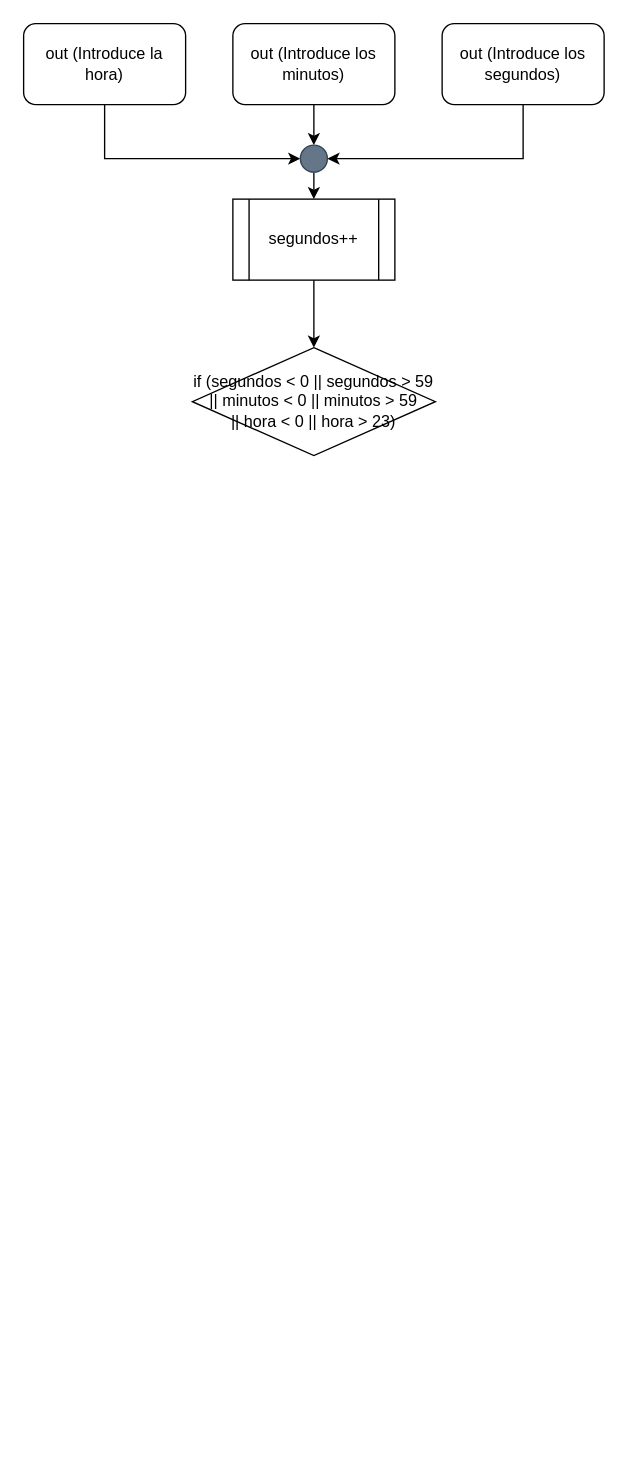
Above: page "Ejercicio 7" (7 of 8) of Diagramas.drawio in antonionavarro04/EjerciciosT2-AntonioNavarro (draw.io), before the change. Source tidied: cells renumbered, new cells numbered last; positions are measured from the earlier drawing's top-left corner, leaving out a move shared by most shapes. Both pictures are drawn from the tidied source at 135%, with x=0, y=0 at pixel (23, 23).
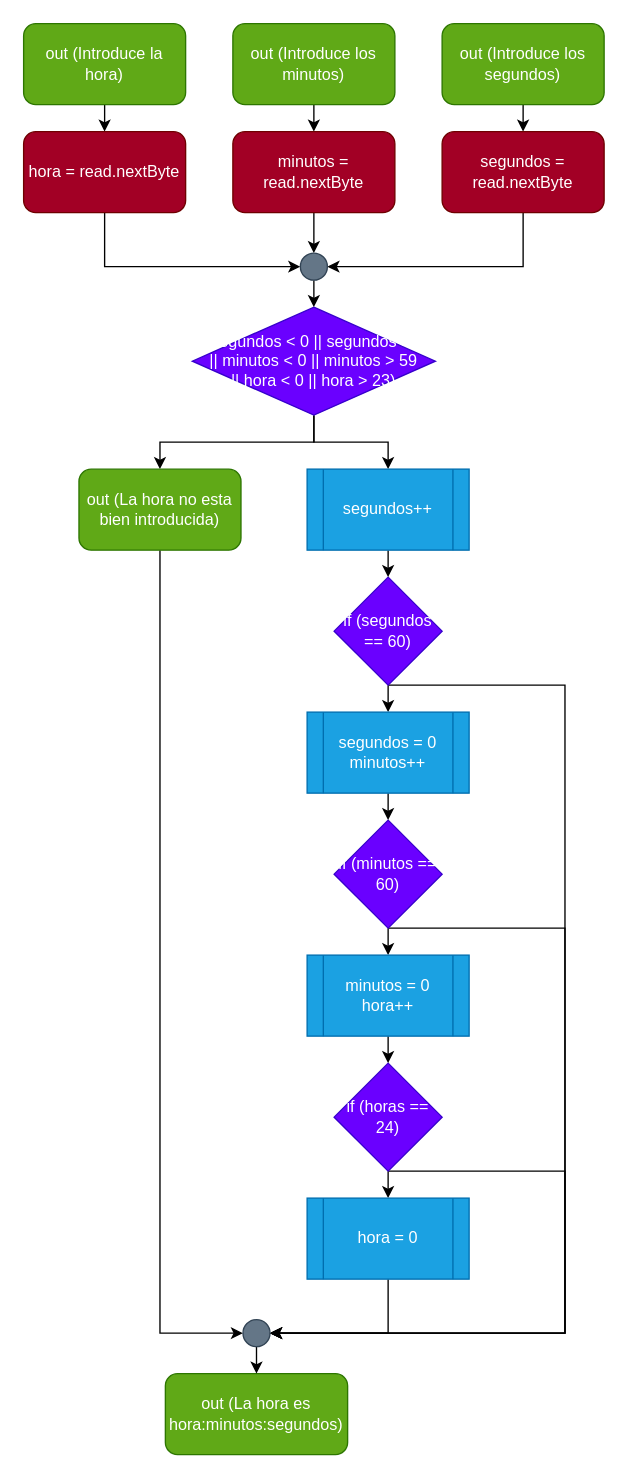
The same diagram, later.

What changed in the source:
```diff
@@
-    <mxCell id="2" style="edgeStyle=orthogonalEdgeStyle;rounded=0;jettySize=auto;html=1;exitX=0.5;exitY=1;exitDx=0;exitDy=0;entryX=0;entryY=0.5;entryDx=0;entryDy=0;" parent="1" edge="1" source="3" target="9">
-      <mxGeometry relative="1" as="geometry" />
-    </mxCell>
+    <mxCell id="13" style="edgeStyle=orthogonalEdgeStyle;rounded=0;jettySize=auto;html=1;exitX=0.5;exitY=1;exitDx=0;exitDy=0;entryX=0.5;entryY=0;entryDx=0;entryDy=0;" parent="1" edge="1" source="3" target="40">
+      <mxGeometry relative="1" as="geometry" />
+    </mxCell>
-    <mxCell id="3" value="out (Introduce la hora)" style="rounded=1;whiteSpace=wrap;html=1;" parent="1" vertex="1">
+    <mxCell id="3" value="out (Introduce la hora)" style="rounded=1;whiteSpace=wrap;html=1;fillColor=#60a917;fontColor=#ffffff;strokeColor=#2D7600;" parent="1" vertex="1">
       <mxGeometry width="120" height="60" as="geometry" />
     </mxCell>
-    <mxCell id="4" style="edgeStyle=orthogonalEdgeStyle;rounded=0;jettySize=auto;html=1;exitX=0.5;exitY=1;exitDx=0;exitDy=0;entryX=0.5;entryY=0;entryDx=0;entryDy=0;" parent="1" edge="1" source="5" target="9">
-      <mxGeometry relative="1" as="geometry" />
-    </mxCell>
+    <mxCell id="14" style="edgeStyle=orthogonalEdgeStyle;rounded=0;jettySize=auto;html=1;exitX=0.5;exitY=1;exitDx=0;exitDy=0;entryX=0.5;entryY=0;entryDx=0;entryDy=0;" parent="1" edge="1" source="5" target="42">
+      <mxGeometry relative="1" as="geometry" />
+    </mxCell>
-    <mxCell id="5" value="out (Introduce los minutos)" style="rounded=1;whiteSpace=wrap;html=1;" parent="1" vertex="1">
+    <mxCell id="5" value="out (Introduce los minutos)" style="rounded=1;whiteSpace=wrap;html=1;fillColor=#60a917;fontColor=#ffffff;strokeColor=#2D7600;" parent="1" vertex="1">
       <mxGeometry x="155" width="120" height="60" as="geometry" />
     </mxCell>
-    <mxCell id="6" style="edgeStyle=orthogonalEdgeStyle;rounded=0;jettySize=auto;html=1;exitX=0.5;exitY=1;exitDx=0;exitDy=0;entryX=1;entryY=0.5;entryDx=0;entryDy=0;" parent="1" edge="1" source="7" target="9">
-      <mxGeometry relative="1" as="geometry" />
-    </mxCell>
+    <mxCell id="15" style="edgeStyle=orthogonalEdgeStyle;rounded=0;jettySize=auto;html=1;exitX=0.5;exitY=1;exitDx=0;exitDy=0;entryX=0.5;entryY=0;entryDx=0;entryDy=0;" parent="1" edge="1" source="7" target="44">
+      <mxGeometry relative="1" as="geometry" />
+    </mxCell>
-    <mxCell id="7" value="out (Introduce los segundos)" style="rounded=1;whiteSpace=wrap;html=1;" parent="1" vertex="1">
+    <mxCell id="7" value="out (Introduce los segundos)" style="rounded=1;whiteSpace=wrap;html=1;fillColor=#60a917;fontColor=#ffffff;strokeColor=#2D7600;" parent="1" vertex="1">
       <mxGeometry x="310" width="120" height="60" as="geometry" />
     </mxCell>
-    <mxCell id="8" style="edgeStyle=orthogonalEdgeStyle;rounded=0;jettySize=auto;html=1;exitX=0.5;exitY=1;exitDx=0;exitDy=0;entryX=0.5;entryY=0;entryDx=0;entryDy=0;" parent="1" edge="1" source="9" target="11">
-      <mxGeometry relative="1" as="geometry" />
-    </mxCell>
-    <mxCell id="9" style="ellipse;whiteSpace=wrap;html=1;fillColor=#647687;fontColor=#ffffff;strokeColor=#314354;" parent="1" vertex="1">
-      <mxGeometry x="205" y="90" width="20" height="20" as="geometry" />
-    </mxCell>
-    <mxCell id="10" style="edgeStyle=orthogonalEdgeStyle;rounded=0;jettySize=auto;html=1;exitX=0.5;exitY=1;exitDx=0;exitDy=0;entryX=0.5;entryY=0;entryDx=0;entryDy=0;" parent="1" edge="1" source="11" target="12">
-      <mxGeometry relative="1" as="geometry" />
-    </mxCell>
+    <mxCell id="16" style="edgeStyle=orthogonalEdgeStyle;rounded=0;jettySize=auto;html=1;exitX=0.5;exitY=1;exitDx=0;exitDy=0;" parent="1" edge="1" source="12" target="19">
+      <mxGeometry relative="1" as="geometry" />
+    </mxCell>
+    <mxCell id="17" style="edgeStyle=orthogonalEdgeStyle;rounded=0;jettySize=auto;html=1;exitX=0.5;exitY=1;exitDx=0;exitDy=0;entryX=0.5;entryY=0;entryDx=0;entryDy=0;" parent="1" edge="1" source="12" target="11">
+      <mxGeometry relative="1" as="geometry" />
+    </mxCell>
+    <mxCell id="12" value="if (segundos &amp;lt; 0 || segundos &amp;gt; 59&lt;br&gt;|| minutos &amp;lt; 0 || minutos &amp;gt; 59&lt;br&gt;|| hora &amp;lt; 0 || hora &amp;gt; 23)" style="rhombus;whiteSpace=wrap;html=1;fillColor=#6a00ff;fontColor=#ffffff;strokeColor=#3700CC;" parent="1" vertex="1">
+      <mxGeometry x="125" y="210" width="180" height="80" as="geometry" />
+    </mxCell>
+    <mxCell id="18" style="edgeStyle=orthogonalEdgeStyle;rounded=0;jettySize=auto;html=1;exitX=0.5;exitY=1;exitDx=0;exitDy=0;entryX=0;entryY=0.5;entryDx=0;entryDy=0;" parent="1" edge="1" source="19" target="38">
+      <mxGeometry relative="1" as="geometry" />
+    </mxCell>
+    <mxCell id="19" value="out (La hora no esta bien introducida)" style="rounded=1;whiteSpace=wrap;html=1;fillColor=#60a917;fontColor=#ffffff;strokeColor=#2D7600;" parent="1" vertex="1">
+      <mxGeometry x="41" y="330" width="120" height="60" as="geometry" />
+    </mxCell>
+    <mxCell id="20" style="edgeStyle=orthogonalEdgeStyle;rounded=0;jettySize=auto;html=1;exitX=0.5;exitY=1;exitDx=0;exitDy=0;entryX=0.5;entryY=0;entryDx=0;entryDy=0;" parent="1" edge="1" source="22" target="31">
+      <mxGeometry relative="1" as="geometry" />
+    </mxCell>
+    <mxCell id="21" style="edgeStyle=orthogonalEdgeStyle;rounded=0;jettySize=auto;html=1;exitX=0.5;exitY=1;exitDx=0;exitDy=0;entryX=1;entryY=0.5;entryDx=0;entryDy=0;" parent="1" edge="1" source="22" target="38">
+      <mxGeometry relative="1" as="geometry">
+        <Array as="points">
+          <mxPoint x="401" y="490" />
+          <mxPoint x="401" y="970" />
+        </Array>
+      </mxGeometry>
+    </mxCell>
+    <mxCell id="22" value="if (segundos == 60)" style="rhombus;whiteSpace=wrap;html=1;fillColor=#6a00ff;fontColor=#ffffff;strokeColor=#3700CC;" parent="1" vertex="1">
+      <mxGeometry x="230" y="410" width="80" height="80" as="geometry" />
+    </mxCell>
+    <mxCell id="23" style="edgeStyle=orthogonalEdgeStyle;rounded=0;jettySize=auto;html=1;exitX=0.5;exitY=1;exitDx=0;exitDy=0;entryX=0.5;entryY=0;entryDx=0;entryDy=0;" parent="1" edge="1" source="25" target="33">
+      <mxGeometry relative="1" as="geometry" />
+    </mxCell>
+    <mxCell id="24" style="edgeStyle=orthogonalEdgeStyle;rounded=0;jettySize=auto;html=1;exitX=0.5;exitY=1;exitDx=0;exitDy=0;entryX=1;entryY=0.5;entryDx=0;entryDy=0;" parent="1" edge="1" source="25" target="38">
+      <mxGeometry relative="1" as="geometry">
+        <Array as="points">
+          <mxPoint x="401" y="670" />
+          <mxPoint x="401" y="970" />
+        </Array>
+      </mxGeometry>
+    </mxCell>
+    <mxCell id="25" value="if (minutos == 60)" style="rhombus;whiteSpace=wrap;html=1;fillColor=#6a00ff;fontColor=#ffffff;strokeColor=#3700CC;" parent="1" vertex="1">
+      <mxGeometry x="230" y="590" width="80" height="80" as="geometry" />
+    </mxCell>
+    <mxCell id="26" style="edgeStyle=orthogonalEdgeStyle;rounded=0;jettySize=auto;html=1;exitX=0.5;exitY=1;exitDx=0;exitDy=0;entryX=0.5;entryY=0;entryDx=0;entryDy=0;" parent="1" edge="1" source="28" target="35">
+      <mxGeometry relative="1" as="geometry" />
+    </mxCell>
+    <mxCell id="27" style="edgeStyle=orthogonalEdgeStyle;rounded=0;jettySize=auto;html=1;exitX=0.5;exitY=1;exitDx=0;exitDy=0;entryX=1;entryY=0.5;entryDx=0;entryDy=0;" parent="1" edge="1" source="28" target="38">
+      <mxGeometry relative="1" as="geometry">
+        <Array as="points">
+          <mxPoint x="401" y="850" />
+          <mxPoint x="401" y="970" />
+        </Array>
+      </mxGeometry>
+    </mxCell>
+    <mxCell id="28" value="if (horas == 24)" style="rhombus;whiteSpace=wrap;html=1;fillColor=#6a00ff;fontColor=#ffffff;strokeColor=#3700CC;" parent="1" vertex="1">
+      <mxGeometry x="230" y="770" width="80" height="80" as="geometry" />
+    </mxCell>
+    <mxCell id="29" style="edgeStyle=orthogonalEdgeStyle;rounded=0;jettySize=auto;html=1;exitX=0.5;exitY=1;exitDx=0;exitDy=0;entryX=0.5;entryY=0;entryDx=0;entryDy=0;" parent="1" edge="1" source="11" target="22">
+      <mxGeometry relative="1" as="geometry" />
+    </mxCell>
-    <mxCell id="11" value="segundos++" style="shape=process;whiteSpace=wrap;html=1;backgroundOutline=1;" parent="1" vertex="1">
-      <mxGeometry x="155" y="130" width="120" height="60" as="geometry" />
+    <mxCell id="11" value="segundos++" style="shape=process;whiteSpace=wrap;html=1;backgroundOutline=1;fillColor=#1ba1e2;fontColor=#ffffff;strokeColor=#006EAF;" parent="1" vertex="1">
+      <mxGeometry x="210" y="330" width="120" height="60" as="geometry" />
     </mxCell>
-    <mxCell id="12" value="if (segundos &amp;lt; 0 || segundos &amp;gt; 59&lt;br&gt;|| minutos &amp;lt; 0 || minutos &amp;gt; 59&lt;br&gt;|| hora &amp;lt; 0 || hora &amp;gt; 23)" style="rhombus;whiteSpace=wrap;html=1;" parent="1" vertex="1">
-      <mxGeometry x="125" y="240" width="180" height="80" as="geometry" />
-    </mxCell>
+    <mxCell id="30" style="edgeStyle=orthogonalEdgeStyle;rounded=0;jettySize=auto;html=1;exitX=0.5;exitY=1;exitDx=0;exitDy=0;entryX=0.5;entryY=0;entryDx=0;entryDy=0;" parent="1" edge="1" source="31" target="25">
+      <mxGeometry relative="1" as="geometry" />
+    </mxCell>
+    <mxCell id="31" value="segundos = 0&lt;br&gt;minutos++" style="shape=process;whiteSpace=wrap;html=1;backgroundOutline=1;fillColor=#1ba1e2;fontColor=#ffffff;strokeColor=#006EAF;" parent="1" vertex="1">
+      <mxGeometry x="210" y="510" width="120" height="60" as="geometry" />
+    </mxCell>
+    <mxCell id="32" style="edgeStyle=orthogonalEdgeStyle;rounded=0;jettySize=auto;html=1;exitX=0.5;exitY=1;exitDx=0;exitDy=0;entryX=0.5;entryY=0;entryDx=0;entryDy=0;" parent="1" edge="1" source="33" target="28">
+      <mxGeometry relative="1" as="geometry" />
+    </mxCell>
+    <mxCell id="33" value="minutos = 0&lt;br&gt;hora++" style="shape=process;whiteSpace=wrap;html=1;backgroundOutline=1;fillColor=#1ba1e2;fontColor=#ffffff;strokeColor=#006EAF;" parent="1" vertex="1">
+      <mxGeometry x="210" y="690" width="120" height="60" as="geometry" />
+    </mxCell>
+    <mxCell id="34" style="edgeStyle=orthogonalEdgeStyle;rounded=0;jettySize=auto;html=1;exitX=0.5;exitY=1;exitDx=0;exitDy=0;entryX=1;entryY=0.5;entryDx=0;entryDy=0;" parent="1" edge="1" source="35" target="38">
+      <mxGeometry relative="1" as="geometry" />
+    </mxCell>
+    <mxCell id="35" value="hora = 0" style="shape=process;whiteSpace=wrap;html=1;backgroundOutline=1;fillColor=#1ba1e2;fontColor=#ffffff;strokeColor=#006EAF;" parent="1" vertex="1">
+      <mxGeometry x="210" y="870" width="120" height="60" as="geometry" />
+    </mxCell>
+    <mxCell id="36" value="out (La hora es hora:minutos:segundos)" style="rounded=1;whiteSpace=wrap;html=1;fillColor=#60a917;fontColor=#ffffff;strokeColor=#2D7600;" parent="1" vertex="1">
+      <mxGeometry x="105" y="1000" width="135" height="60" as="geometry" />
+    </mxCell>
+    <mxCell id="37" style="edgeStyle=orthogonalEdgeStyle;rounded=0;jettySize=auto;html=1;exitX=0.5;exitY=1;exitDx=0;exitDy=0;entryX=0.5;entryY=0;entryDx=0;entryDy=0;" parent="1" edge="1" source="38" target="36">
+      <mxGeometry relative="1" as="geometry" />
+    </mxCell>
+    <mxCell id="38" style="ellipse;whiteSpace=wrap;html=1;fillColor=#647687;fontColor=#ffffff;strokeColor=#314354;" parent="1" vertex="1">
+      <mxGeometry x="162.5" y="960" width="20" height="20" as="geometry" />
+    </mxCell>
+    <mxCell id="39" style="edgeStyle=orthogonalEdgeStyle;rounded=0;jettySize=auto;html=1;exitX=0.5;exitY=1;exitDx=0;exitDy=0;entryX=0;entryY=0.5;entryDx=0;entryDy=0;" parent="1" edge="1" source="40" target="46">
+      <mxGeometry relative="1" as="geometry" />
+    </mxCell>
+    <mxCell id="40" value="hora = read.nextByte" style="rounded=1;whiteSpace=wrap;html=1;fillColor=#a20025;fontColor=#ffffff;strokeColor=#6F0000;" parent="1" vertex="1">
+      <mxGeometry y="80" width="120" height="60" as="geometry" />
+    </mxCell>
+    <mxCell id="41" style="edgeStyle=orthogonalEdgeStyle;rounded=0;jettySize=auto;html=1;exitX=0.5;exitY=1;exitDx=0;exitDy=0;entryX=0.5;entryY=0;entryDx=0;entryDy=0;" parent="1" edge="1" source="42" target="46">
+      <mxGeometry relative="1" as="geometry" />
+    </mxCell>
+    <mxCell id="42" value="minutos = read.nextByte" style="rounded=1;whiteSpace=wrap;html=1;fillColor=#a20025;fontColor=#ffffff;strokeColor=#6F0000;" parent="1" vertex="1">
+      <mxGeometry x="155" y="80" width="120" height="60" as="geometry" />
+    </mxCell>
+    <mxCell id="43" style="edgeStyle=orthogonalEdgeStyle;rounded=0;jettySize=auto;html=1;exitX=0.5;exitY=1;exitDx=0;exitDy=0;entryX=1;entryY=0.5;entryDx=0;entryDy=0;" parent="1" edge="1" source="44" target="46">
+      <mxGeometry relative="1" as="geometry" />
+    </mxCell>
+    <mxCell id="44" value="segundos = read.nextByte" style="rounded=1;whiteSpace=wrap;html=1;fillColor=#a20025;fontColor=#ffffff;strokeColor=#6F0000;" parent="1" vertex="1">
+      <mxGeometry x="310" y="80" width="120" height="60" as="geometry" />
+    </mxCell>
+    <mxCell id="45" style="edgeStyle=orthogonalEdgeStyle;rounded=0;jettySize=auto;html=1;exitX=0.5;exitY=1;exitDx=0;exitDy=0;entryX=0.5;entryY=0;entryDx=0;entryDy=0;" parent="1" edge="1" source="46" target="12">
+      <mxGeometry relative="1" as="geometry" />
+    </mxCell>
+    <mxCell id="46" style="ellipse;whiteSpace=wrap;html=1;fillColor=#647687;fontColor=#ffffff;strokeColor=#314354;" parent="1" vertex="1">
+      <mxGeometry x="205" y="170" width="20" height="20" as="geometry" />
+    </mxCell>
```
